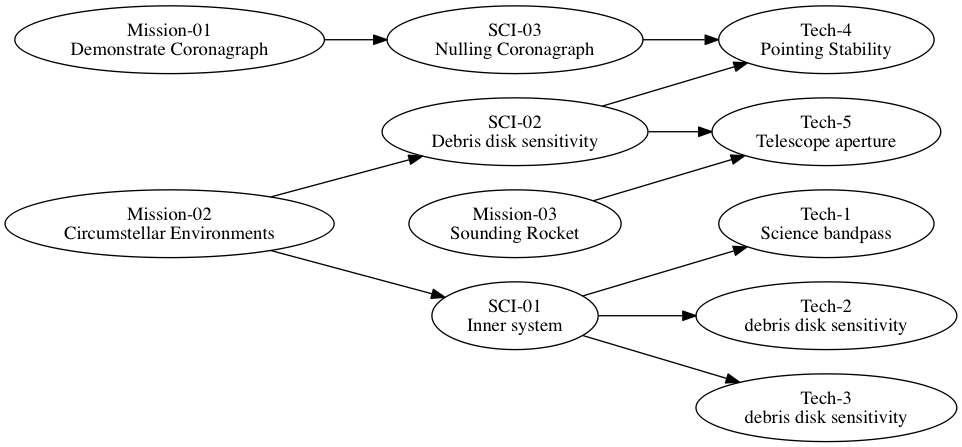
This is Digraph.gv.png from douglase/doorstop_requirements_template, a Graphviz export, as it was before one commit. Its source is kept beside it as Digraph.gv.
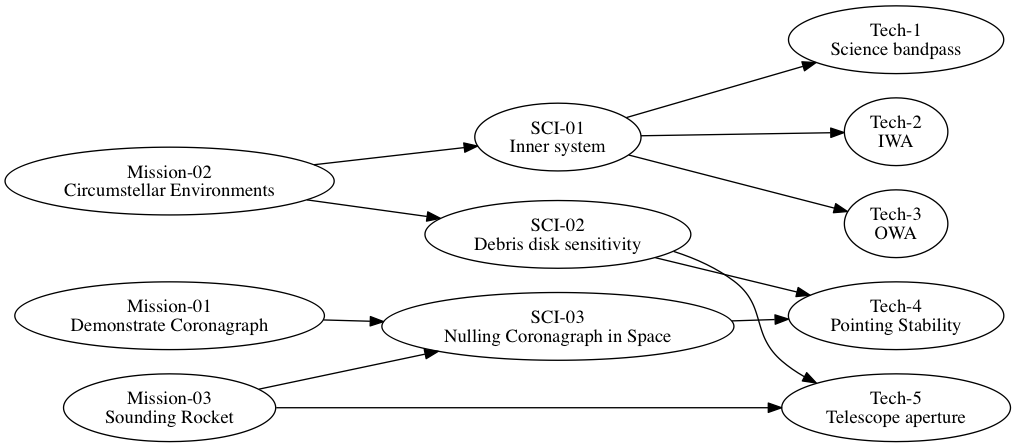
Above is the later version.

Change to the diagram source:
```diff
@@ -14,16 +14,17 @@
 Debris disk sensitivity"]
 		"Mission-02" -> "SCI-02"
 	"SCI-03" [label="SCI-03
-Nulling Coronagraph"]
+Nulling Coronagraph in Space"]
 		"Mission-01" -> "SCI-03"
+		"Mission-03" -> "SCI-03"
 	"Tech-1" [label="Tech-1
 Science bandpass"]
 		"SCI-01" -> "Tech-1"
 	"Tech-2" [label="Tech-2
-debris disk sensitivity"]
+IWA"]
 		"SCI-01" -> "Tech-2"
 	"Tech-3" [label="Tech-3
-debris disk sensitivity"]
+OWA"]
 		"SCI-01" -> "Tech-3"
 	"Tech-4" [label="Tech-4
 Pointing Stability"]
```
